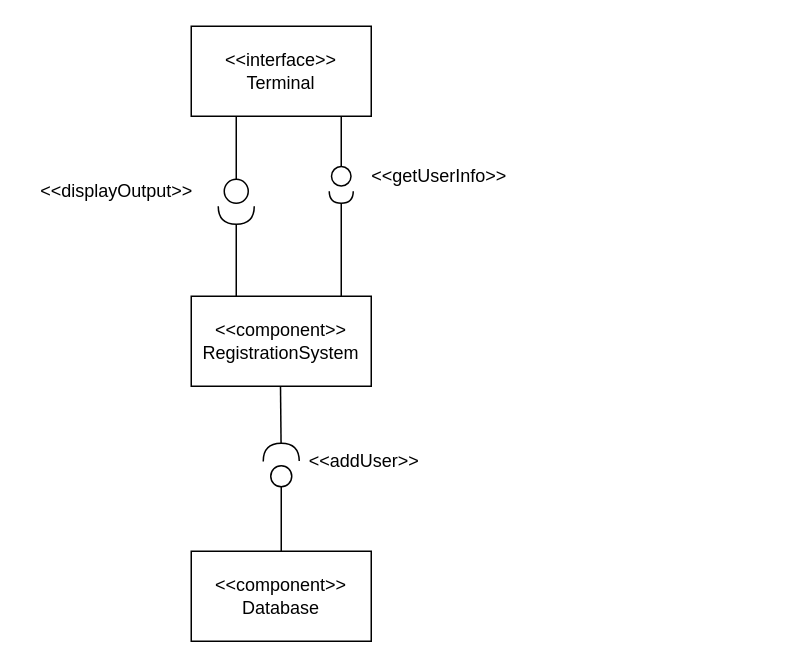
Before: page "AddUser" (1 of 3) of DesignDocument1.drawio in ImBrent/ClassWork, a draw.io diagram. Source tidied: cells renumbered, new cells numbered last; positions are measured from the earlier drawing's top-left corner, leaving out a move shared by most shapes. Both pictures are drawn from the tidied source at 150%, with x=0, y=0 at pixel (26, 26).
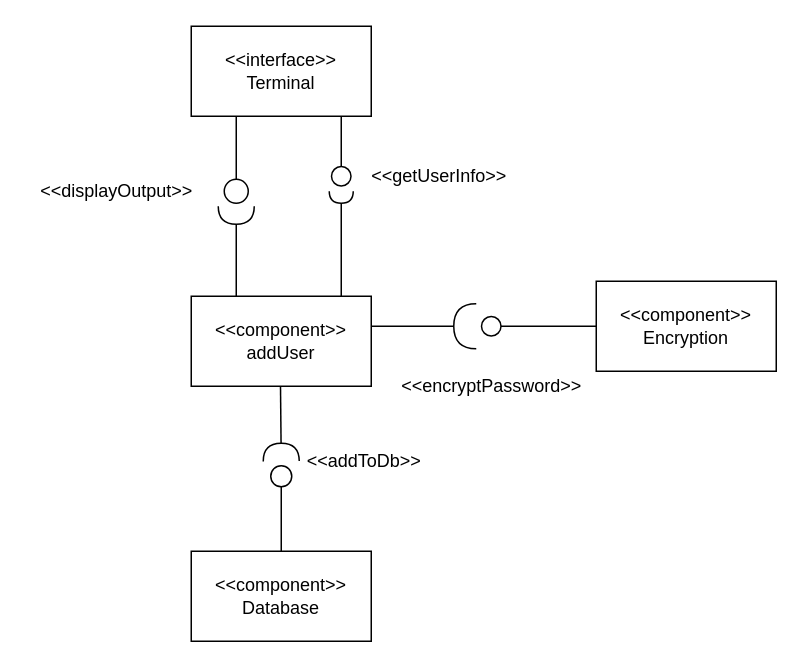
After the change.

Change to the diagram source:
```diff
@@
+    <mxCell id="14" style="edgeStyle=orthogonalEdgeStyle;rounded=0;orthogonalLoop=1;jettySize=auto;html=1;startArrow=none;startFill=0;startSize=14;endArrow=halfCircle;endFill=0;endSize=13;" parent="1" edge="1">
+      <mxGeometry relative="1" as="geometry">
+        <mxPoint x="230" y="200" as="sourcePoint" />
+        <mxPoint x="300" y="200" as="targetPoint" />
+      </mxGeometry>
+    </mxCell>
-    <mxCell id="5" value="&lt;div&gt;&amp;lt;&amp;lt;component&amp;gt;&amp;gt;&lt;/div&gt;&lt;div&gt;RegistrationSystem&lt;br&gt;&lt;/div&gt;" style="rounded=0;whiteSpace=wrap;html=1;" parent="1" vertex="1">
+    <mxCell id="5" value="&lt;div&gt;&amp;lt;&amp;lt;component&amp;gt;&amp;gt;&lt;/div&gt;&lt;div&gt;addUser&lt;br&gt;&lt;/div&gt;" style="rounded=0;whiteSpace=wrap;html=1;" parent="1" vertex="1">
       <mxGeometry x="110" y="180" width="120" height="60" as="geometry" />
     </mxCell>
@@
-    <mxCell id="11" value="&amp;lt;&amp;lt;addUser&amp;gt;&amp;gt;" style="text;html=1;align=center;verticalAlign=middle;" parent="1" vertex="1">
+    <mxCell id="11" value="&amp;lt;&amp;lt;addToDb&amp;gt;&amp;gt;" style="text;html=1;align=center;verticalAlign=middle;" parent="1" vertex="1">
       <mxGeometry x="180" y="280" width="90" height="20" as="geometry" />
     </mxCell>
@@
+    <mxCell id="15" style="edgeStyle=orthogonalEdgeStyle;rounded=0;jettySize=auto;html=1;exitX=0;exitY=0.5;exitDx=0;exitDy=0;startArrow=none;startFill=0;startSize=14;endArrow=oval;endFill=0;endSize=13;" parent="1" edge="1" source="16">
+      <mxGeometry relative="1" as="geometry">
+        <mxPoint x="310" y="200" as="targetPoint" />
+      </mxGeometry>
+    </mxCell>
+    <mxCell id="16" value="&lt;div&gt;&amp;lt;&amp;lt;component&amp;gt;&amp;gt;&lt;/div&gt;&lt;div&gt;Encryption&lt;br&gt;&lt;/div&gt;" style="rounded=0;whiteSpace=wrap;html=1;" parent="1" vertex="1">
+      <mxGeometry x="380" y="170" width="120" height="60" as="geometry" />
+    </mxCell>
+    <mxCell id="17" value="&amp;lt;&amp;lt;encryptPassword&amp;gt;&amp;gt;" style="text;html=1;align=center;verticalAlign=middle;" parent="1" vertex="1">
+      <mxGeometry x="240" y="230" width="140" height="20" as="geometry" />
+    </mxCell>
```
